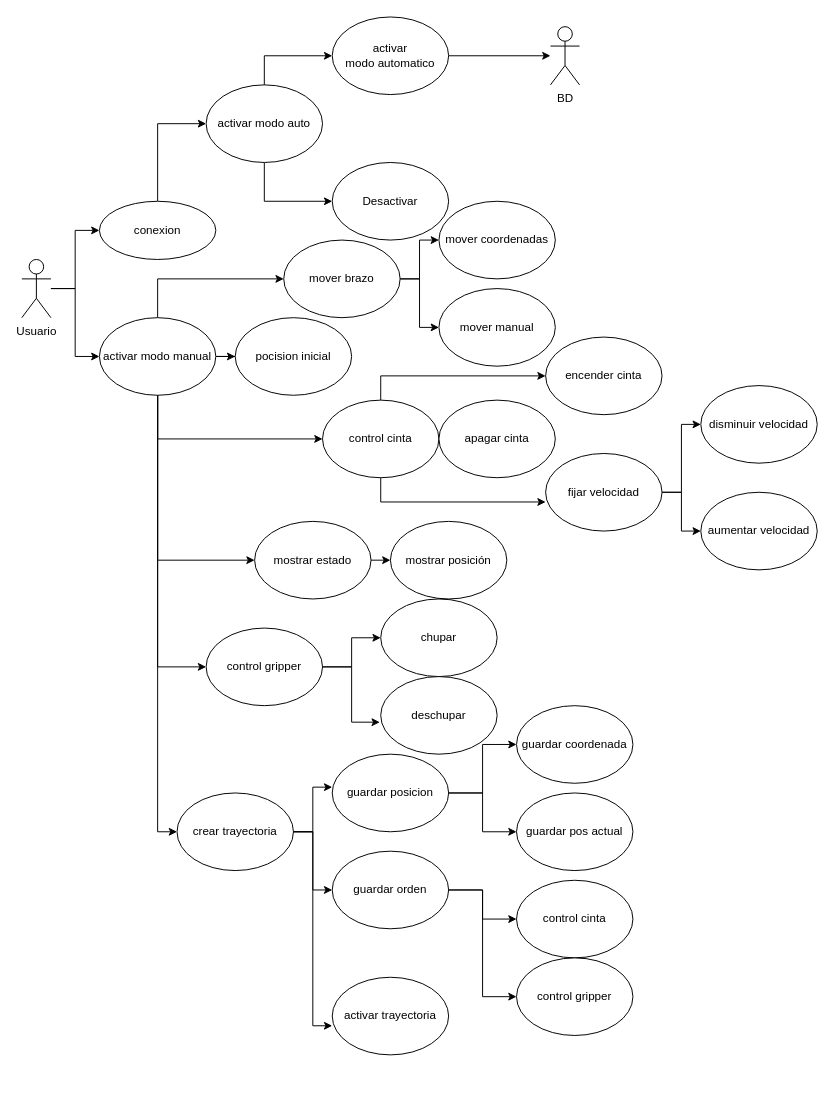
pavlo233/Diagramas_xd keeps this draw.io diagram as Diagrama sin título.drawio. Above is the earlier version. Source tidied: cells renumbered, new cells numbered last; positions are measured from the earlier drawing's top-left corner, leaving out a move shared by most shapes. Both pictures are drawn from the tidied source at 97%, with x=0, y=0 at pixel (21, 16).
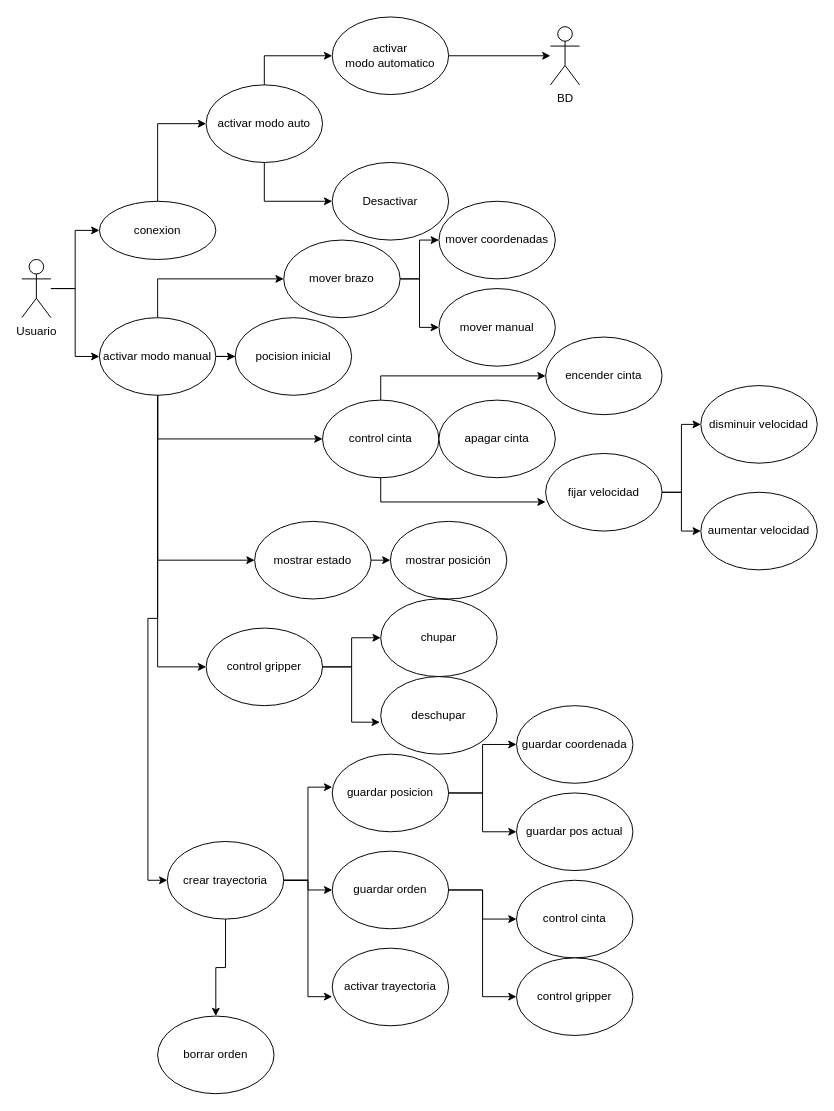
The same page after the edit.

Change to the diagram source:
```diff
@@
+    <mxCell id="61" style="edgeStyle=orthogonalEdgeStyle;rounded=0;jettySize=auto;html=1;entryX=0.5;entryY=0;entryDx=0;entryDy=0;" parent="1" edge="1" source="47" target="62">
+      <mxGeometry relative="1" as="geometry" />
+    </mxCell>
     <mxCell id="47" value="crear trayectoria" style="ellipse;whiteSpace=wrap;html=1;" parent="1" vertex="1">
-      <mxGeometry x="160" y="800" width="120" height="80" as="geometry" />
+      <mxGeometry x="150" y="850" width="120" height="80" as="geometry" />
     </mxCell>
@@
     <mxCell id="59" value="activar trayectoria" style="ellipse;whiteSpace=wrap;html=1;" parent="1" vertex="1">
-      <mxGeometry x="320" y="990" width="120" height="80" as="geometry" />
+      <mxGeometry x="320" y="960" width="120" height="80" as="geometry" />
     </mxCell>
@@
+    <mxCell id="62" value="borrar orden" style="ellipse;whiteSpace=wrap;html=1;" parent="1" vertex="1">
+      <mxGeometry x="140" y="1030" width="120" height="80" as="geometry" />
+    </mxCell>
```
